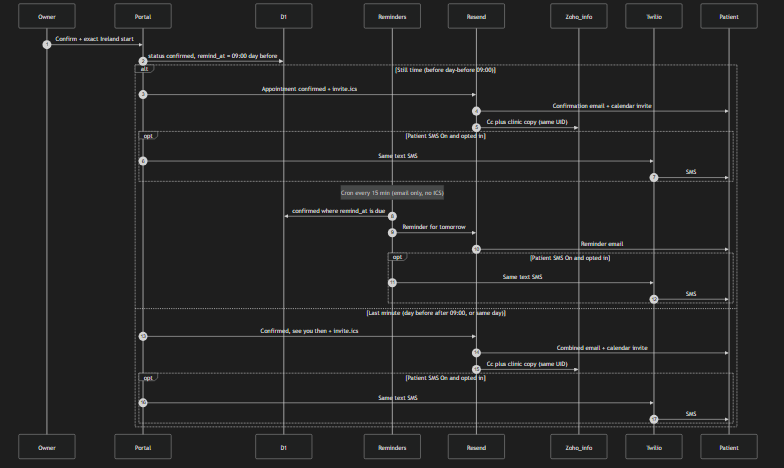
Above: docs/booking-sequence-confirm.png in hbacalso1229/wellness-needles (Mermaid), before the change. Its source is kept beside it as docs/booking-sequence-confirm.mmd.
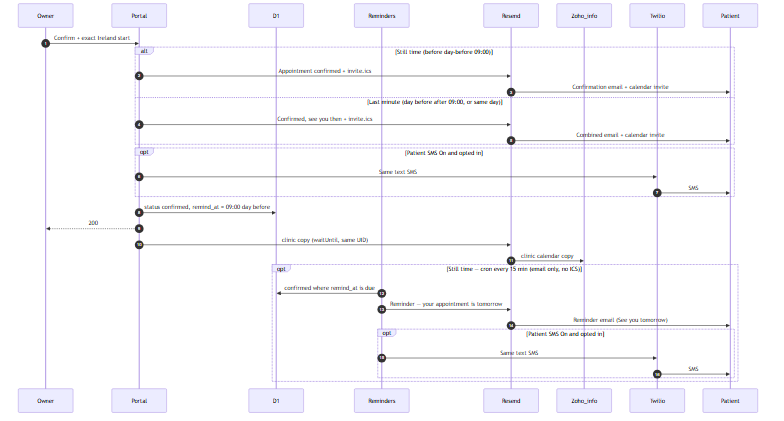
The same diagram one commit later.

Diff of the diagram source:
```diff
@@ -10,30 +10,27 @@
   participant Patient
 
   Owner->>Portal: Confirm + exact Ireland start
-  Portal->>D1: status confirmed, remind_at = 09:00 day before
-
   alt Still time (before day-before 09:00)
     Portal->>Resend: Appointment confirmed + invite.ics
     Resend->>Patient: Confirmation email + calendar invite
-    Resend->>Zoho_info: Cc plus clinic copy (same UID)
-    opt Patient SMS On and opted in
-      Portal->>Twilio: Same text SMS
-      Twilio->>Patient: SMS
-    end
-    Note over Reminders: Cron every 15 min (email only, no ICS)
+  else Last minute (day before after 09:00, or same day)
+    Portal->>Resend: Confirmed, see you then + invite.ics
+    Resend->>Patient: Combined email + calendar invite
+  end
+  opt Patient SMS On and opted in
+    Portal->>Twilio: Same text SMS
+    Twilio->>Patient: SMS
+  end
+  Portal->>D1: status confirmed, remind_at = 09:00 day before
+  Portal-->>Owner: 200
+  Portal->>Resend: clinic copy (waitUntil, same UID)
+  Resend->>Zoho_info: clinic calendar copy
+  opt Still time — cron every 15 min (email only, no ICS)
     Reminders->>D1: confirmed where remind_at is due
-    Reminders->>Resend: Reminder for tomorrow
-    Resend->>Patient: Reminder email
+    Reminders->>Resend: Reminder — your appointment is tomorrow
+    Resend->>Patient: Reminder email (See you tomorrow)
     opt Patient SMS On and opted in
       Reminders->>Twilio: Same text SMS
       Twilio->>Patient: SMS
     end
-  else Last minute (day before after 09:00, or same day)
-    Portal->>Resend: Confirmed, see you then + invite.ics
-    Resend->>Patient: Combined email + calendar invite
-    Resend->>Zoho_info: Cc plus clinic copy (same UID)
-    opt Patient SMS On and opted in
-      Portal->>Twilio: Same text SMS
-      Twilio->>Patient: SMS
-    end
   end
```
